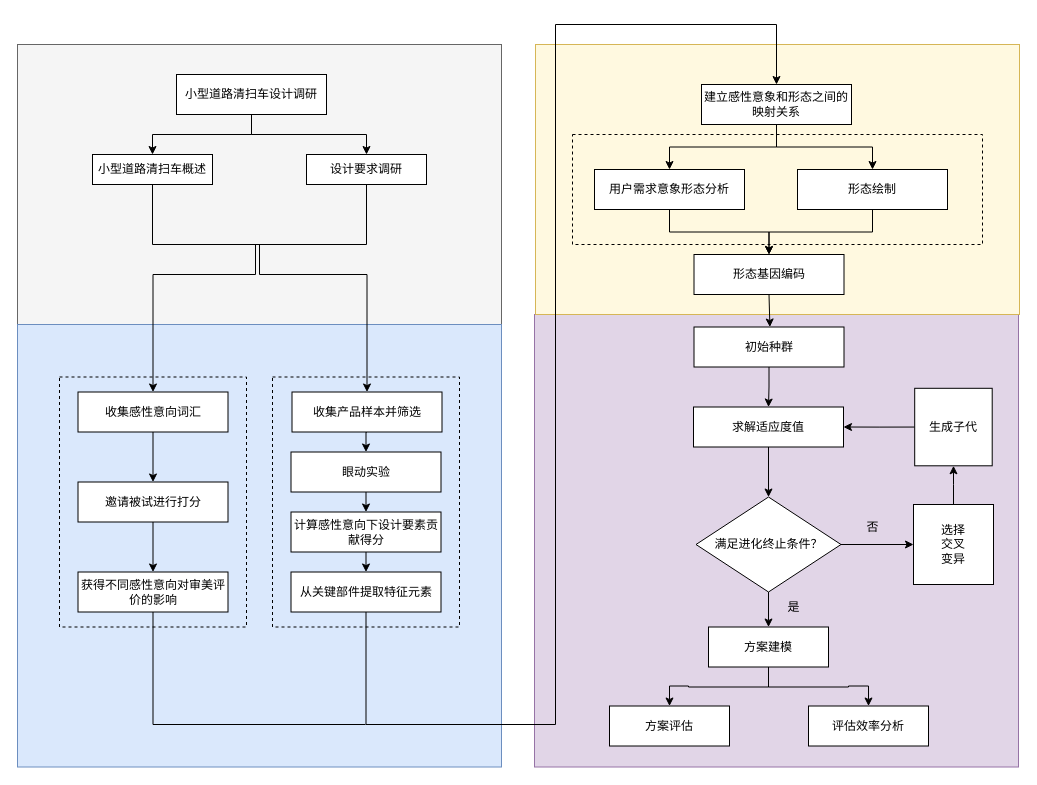
This is 毕业设计.drawio from df3dysn/Yang-, a draw.io file, before an edit. Source tidied: cells renumbered, new cells numbered last; positions are measured from the earlier drawing's top-left corner, leaving out a move shared by most shapes. Both pictures are drawn from the tidied source at 100%, with x=0, y=0 at pixel (17, 24).
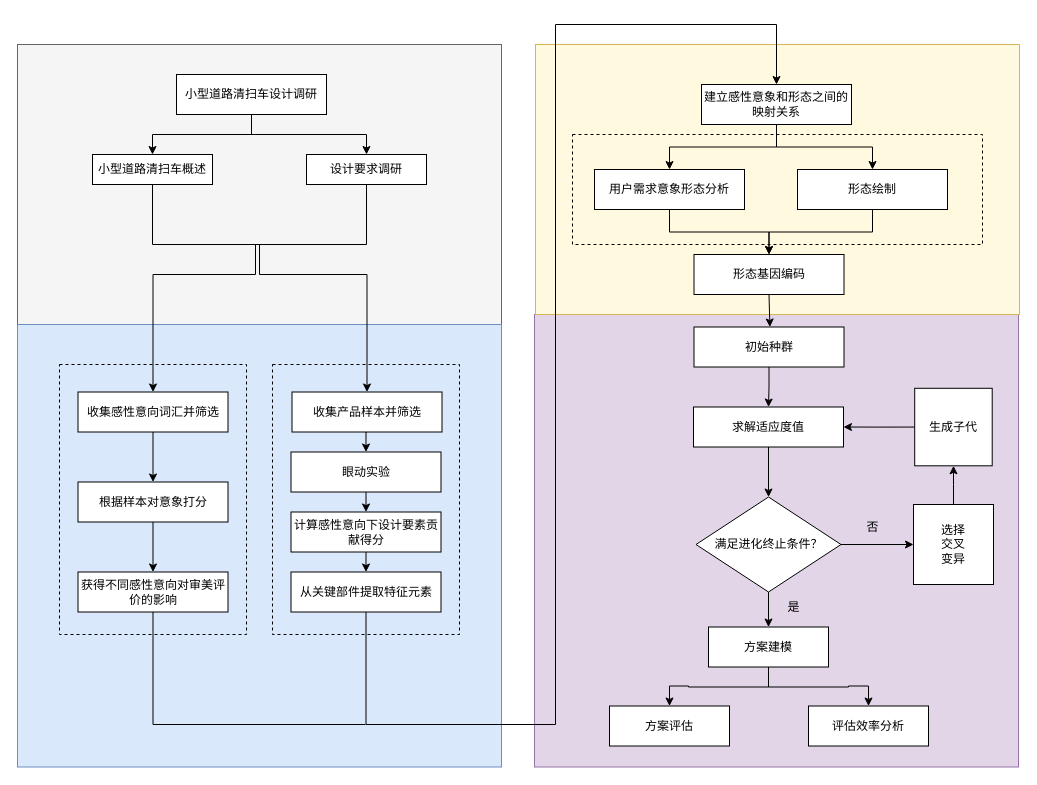
After the change.

The edit, as a diff of the source:
```diff
@@
-    <mxCell id="8" value="收集感性意向词汇" style="rounded=0;whiteSpace=wrap;html=1;" parent="1" vertex="1">
+    <mxCell id="8" value="收集感性意向词汇并筛选" style="rounded=0;whiteSpace=wrap;html=1;" parent="1" vertex="1">
       <mxGeometry x="60.5" y="367.5" width="150" height="40" as="geometry" />
     </mxCell>
@@
-    <mxCell id="13" value="邀请被试进行打分" style="rounded=0;whiteSpace=wrap;html=1;" parent="1" vertex="1">
+    <mxCell id="13" value="根据样本对意象打分" style="rounded=0;whiteSpace=wrap;html=1;" parent="1" vertex="1">
       <mxGeometry x="60.5" y="457.5" width="150" height="40" as="geometry" />
     </mxCell>
@@
     <mxCell id="49" style="rounded=0;whiteSpace=wrap;html=1;fillColor=none;dashed=1;" parent="1" vertex="1">
-      <mxGeometry x="42" y="352.5" width="187" height="250" as="geometry" />
+      <mxGeometry x="42" y="340" width="187" height="270" as="geometry" />
     </mxCell>
     <mxCell id="50" style="rounded=0;whiteSpace=wrap;html=1;fillColor=none;dashed=1;" parent="1" vertex="1">
-      <mxGeometry x="255" y="352.5" width="187" height="250" as="geometry" />
+      <mxGeometry x="255" y="340" width="187" height="270" as="geometry" />
     </mxCell>
```
